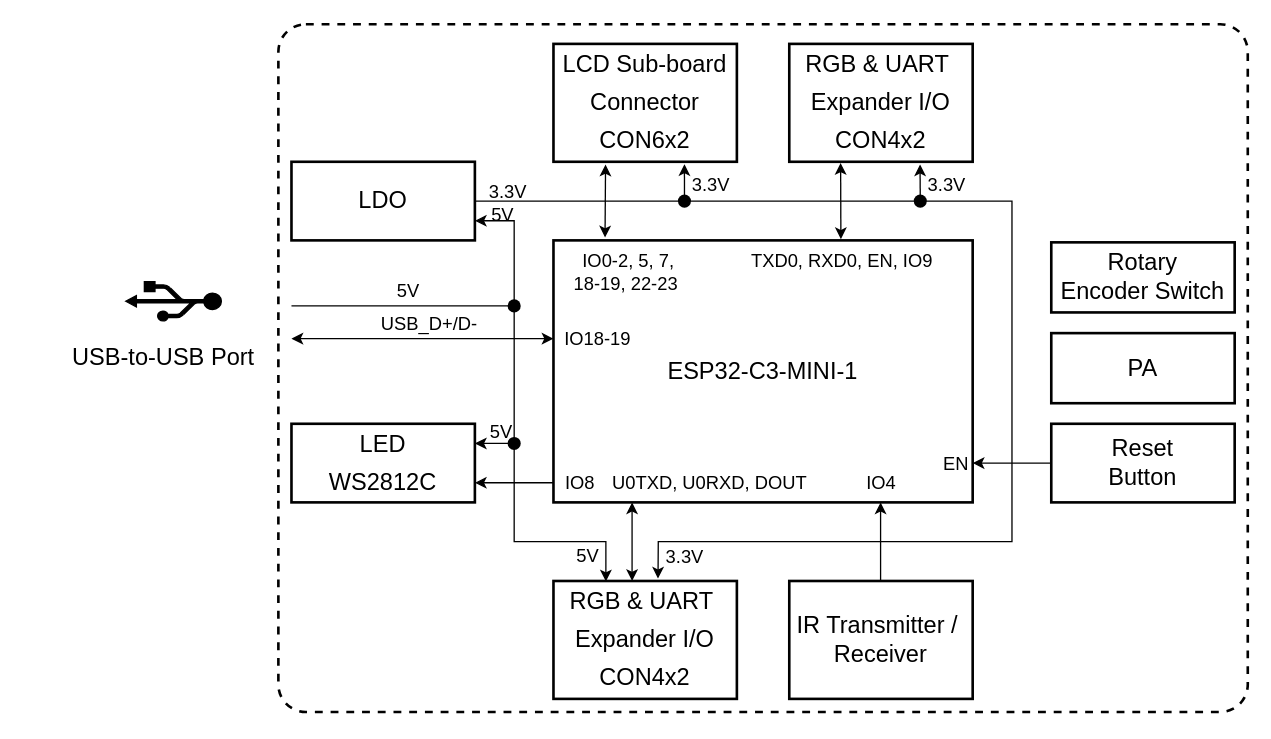
Above: c3/_static/block-diagram.drawio in Lzw655/esp32-s3-lcd-ev-baord-docs (draw.io), before the change. Source tidied: cells renumbered, new cells numbered last; positions are measured from the earlier drawing's top-left corner, leaving out a move shared by most shapes. Both pictures are drawn from the tidied source at 131%, with x=0, y=0 at pixel (22, 24).
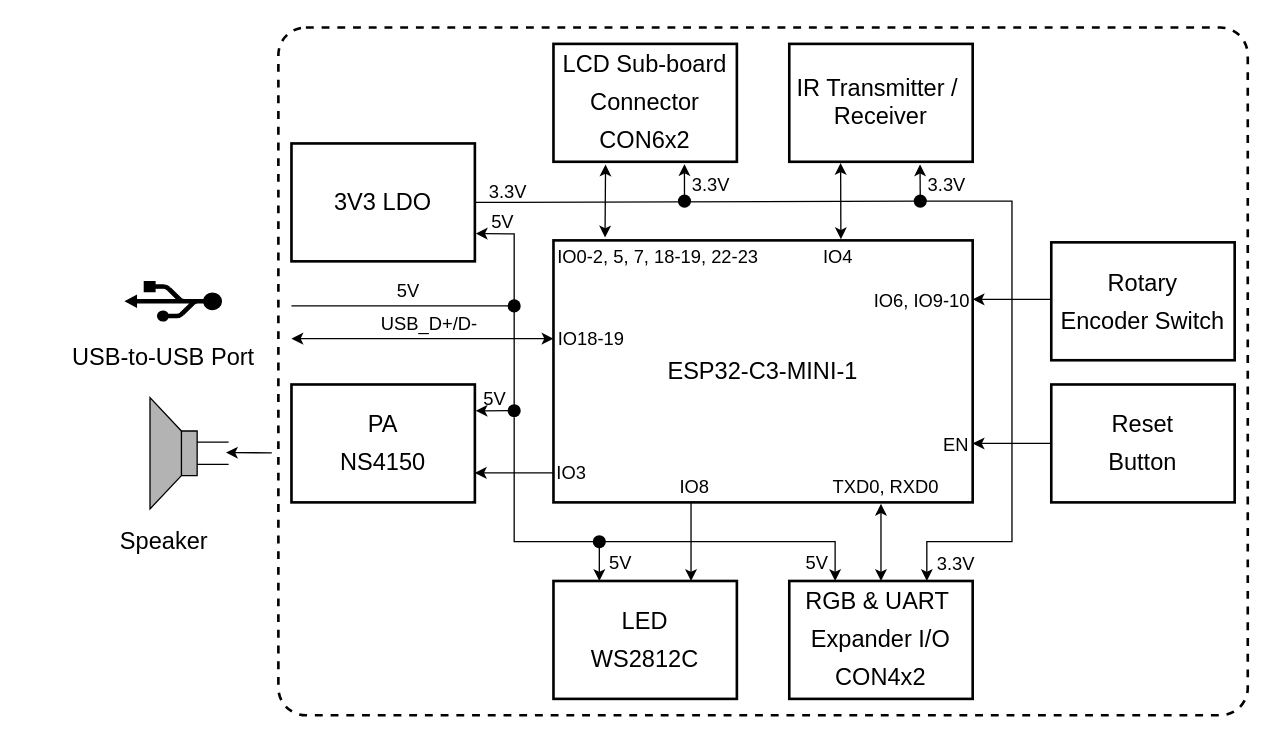
After the change.

The change refers to these unchanged cells:
```xml
<mxCell id="3" value="&lt;font style=&quot;font-size: 18px&quot;&gt;ESP32-C3-MINI-1&lt;/font&gt;" style="rounded=0;whiteSpace=wrap;html=1;fontColor=#000000;fillColor=#FFFFFF;strokeColor=#000000;strokeWidth=2;" parent="1" vertex="1">
  <mxGeometry x="405" y="165" width="320" height="200" as="geometry" />
</mxCell>
<mxCell id="18" style="endArrow=classic;html=1;fontSize=18;fontColor=#000000;strokeColor=#000000;startArrow=classic;startFill=1;entryX=0.284;entryY=1.023;entryDx=0;entryDy=0;entryPerimeter=0;exitX=0.123;exitY=-0.011;exitDx=0;exitDy=0;exitPerimeter=0;" parent="1" edge="1" source="3" target="8">
  <mxGeometry relative="1" as="geometry" />
</mxCell>
<mxCell id="23" style="endArrow=classic;html=1;fontSize=18;fontColor=#000000;strokeColor=#000000;entryX=0;entryY=0.125;entryDx=0;entryDy=0;entryPerimeter=0;startArrow=classic;startFill=1;exitX=0.188;exitY=-0.009;exitDx=0;exitDy=0;exitPerimeter=0;" parent="1" edge="1">
  <mxGeometry relative="1" as="geometry">
    <mxPoint x="624.4" y="164.1" as="sourcePoint" />
    <mxPoint x="624.2" y="105.9" as="targetPoint" />
  </mxGeometry>
</mxCell>
```

What changed in the source:
```diff
@@
     <mxCell id="2" style="rounded=1;whiteSpace=wrap;html=1;shadow=0;labelBackgroundColor=#FFFFFF;labelBorderColor=default;sketch=0;fontSize=23;fontColor=#000000;strokeColor=#000000;strokeWidth=2;fillColor=none;dashed=1;arcSize=4;" parent="1" vertex="1">
-      <mxGeometry x="195" width="740" height="525" as="geometry" />
+      <mxGeometry x="195" y="2.5" width="740" height="525" as="geometry" />
     </mxCell>
@@
-    <mxCell id="6" value="&lt;font style=&quot;font-size: 18px ; line-height: 1.6&quot;&gt;LED&lt;br&gt;WS2812C&lt;br&gt;&lt;/font&gt;" style="rounded=0;whiteSpace=wrap;html=1;fontColor=#000000;fillColor=#FFFFFF;strokeColor=#000000;strokeWidth=2;" parent="1" vertex="1">
-      <mxGeometry x="205" y="305" width="140" height="60" as="geometry" />
-    </mxCell>
-    <mxCell id="7" value="&lt;font style=&quot;font-size: 18px&quot;&gt;Reset&lt;br&gt;Button&lt;br&gt;&lt;/font&gt;" style="rounded=0;whiteSpace=wrap;html=1;fontColor=#000000;fillColor=#FFFFFF;strokeColor=#000000;strokeWidth=2;" parent="1" vertex="1">
-      <mxGeometry x="785" y="305" width="140" height="60" as="geometry" />
-    </mxCell>
@@
-    <mxCell id="9" value="&lt;font style=&quot;font-size: 18px ; line-height: 1.6&quot;&gt;LDO&lt;br&gt;&lt;/font&gt;" style="rounded=0;whiteSpace=wrap;html=1;fontColor=#000000;fillColor=#FFFFFF;strokeColor=#000000;strokeWidth=2;" parent="1" vertex="1">
-      <mxGeometry x="205" y="105" width="140" height="60" as="geometry" />
-    </mxCell>
-    <mxCell id="10" value="&lt;font style=&quot;font-size: 18px ; line-height: 1.6&quot;&gt;RGB &amp;amp; UART&amp;nbsp;&lt;br&gt;Expander I/O&lt;br&gt;CON4x2&lt;br&gt;&lt;/font&gt;" style="rounded=0;whiteSpace=wrap;html=1;fontColor=#000000;fillColor=#FFFFFF;strokeColor=#000000;strokeWidth=2;" parent="1" vertex="1">
-      <mxGeometry x="585" y="15" width="140" height="90" as="geometry" />
-    </mxCell>
@@
-    <mxCell id="15" style="endArrow=none;html=1;strokeColor=#000000;exitX=1;exitY=0.5;exitDx=0;exitDy=0;" parent="1" edge="1" source="9">
+    <mxCell id="15" style="endArrow=none;html=1;strokeColor=#000000;exitX=1;exitY=0.5;exitDx=0;exitDy=0;" parent="1" edge="1" source="61">
       <mxGeometry relative="1" as="geometry">
         <mxPoint x="685" y="135" as="targetPoint" />
       </mxGeometry>
     </mxCell>
-    <mxCell id="16" style="endArrow=classic;html=1;strokeColor=#000000;entryX=0.713;entryY=1.022;entryDx=0;entryDy=0;entryPerimeter=0;" parent="1" edge="1" target="10">
+    <mxCell id="16" style="endArrow=classic;html=1;strokeColor=#000000;entryX=0.713;entryY=1.022;entryDx=0;entryDy=0;entryPerimeter=0;" parent="1" edge="1">
       <mxGeometry relative="1" as="geometry">
         <mxPoint x="685" y="135" as="sourcePoint" />
+        <mxPoint x="684.8" y="107" as="targetPoint" />
       </mxGeometry>
     </mxCell>
@@
-    <mxCell id="19" value="&lt;span style=&quot;color: rgb(0 , 0 , 0) ; font-size: 14px&quot;&gt;IO0-2, 5, 7, &lt;br&gt;18-19, 22-23&amp;nbsp;&lt;br&gt;&lt;/span&gt;" style="edgeLabel;html=1;align=center;verticalAlign=middle;labelBackgroundColor=none;" parent="18" vertex="1">
-      <mxGeometry x="0.09" y="1" relative="1" as="geometry">
-        <mxPoint x="18" y="56" as="offset" />
-      </mxGeometry>
-    </mxCell>
-    <mxCell id="20" style="endArrow=classic;html=1;strokeColor=#000000;entryX=1;entryY=0.75;entryDx=0;entryDy=0;rounded=0;" parent="1" edge="1" target="9">
+    <mxCell id="20" style="endArrow=classic;html=1;strokeColor=#000000;entryX=1.005;entryY=0.764;entryDx=0;entryDy=0;rounded=0;entryPerimeter=0;" parent="1" edge="1" target="61">
       <mxGeometry relative="1" as="geometry">
         <mxPoint x="375" y="215" as="sourcePoint" />
         <Array as="points">
-          <mxPoint x="375" y="150" />
+          <mxPoint x="375" y="160" />
         </Array>
       </mxGeometry>
     </mxCell>
-    <mxCell id="21" style="endArrow=classic;html=1;rounded=0;strokeColor=#000000;entryX=1;entryY=0.25;entryDx=0;entryDy=0;" parent="1" edge="1" target="6">
+    <mxCell id="21" style="endArrow=classic;html=1;rounded=0;strokeColor=#000000;entryX=1.004;entryY=0.223;entryDx=0;entryDy=0;entryPerimeter=0;" parent="1" edge="1">
       <mxGeometry relative="1" as="geometry">
-        <mxPoint x="375" y="215" as="sourcePoint" />
+        <mxPoint x="375" y="218" as="sourcePoint" />
+        <mxPoint x="345.6" y="295.1" as="targetPoint" />
         <Array as="points">
-          <mxPoint x="375" y="320" />
+          <mxPoint x="375" y="295" />
         </Array>
       </mxGeometry>
     </mxCell>
-    <mxCell id="22" style="endArrow=none;startArrow=classic;html=1;rounded=0;strokeColor=#000000;exitX=1;exitY=0.75;exitDx=0;exitDy=0;entryX=0;entryY=0.925;entryDx=0;entryDy=0;entryPerimeter=0;endFill=0;" parent="1" edge="1" source="6" target="3">
-      <mxGeometry relative="1" as="geometry" />
+    <mxCell id="22" style="endArrow=none;startArrow=classic;html=1;rounded=0;strokeColor=#000000;exitX=1;exitY=0.75;exitDx=0;exitDy=0;endFill=0;entryX=0;entryY=0.5;entryDx=0;entryDy=0;" parent="1" edge="1" target="45">
+      <mxGeometry relative="1" as="geometry">
+        <mxPoint x="345" y="342.5" as="sourcePoint" />
+      </mxGeometry>
     </mxCell>
@@
-    <mxCell id="24" value="&lt;span style=&quot;color: rgb(0 , 0 , 0) ; font-size: 14px&quot;&gt;TXD0, RXD0, EN, IO9&lt;br&gt;&lt;/span&gt;" style="edgeLabel;html=1;align=center;verticalAlign=middle;labelBackgroundColor=none;" parent="23" vertex="1">
-      <mxGeometry x="0.09" y="1" relative="1" as="geometry">
-        <mxPoint x="1" y="48" as="offset" />
-      </mxGeometry>
-    </mxCell>
-    <mxCell id="25" style="endArrow=classic;html=1;rounded=0;fontSize=14;fontColor=#000000;strokeColor=#000000;exitX=0;exitY=0.5;exitDx=0;exitDy=0;entryX=1.003;entryY=0.151;entryDx=0;entryDy=0;entryPerimeter=0;" parent="1" edge="1" source="7">
+    <mxCell id="25" style="endArrow=classic;html=1;rounded=0;fontSize=14;fontColor=#000000;strokeColor=#000000;exitX=0;exitY=0.5;exitDx=0;exitDy=0;entryX=1.003;entryY=0.151;entryDx=0;entryDy=0;entryPerimeter=0;" parent="1" edge="1">
       <mxGeometry relative="1" as="geometry">
-        <mxPoint x="725" y="335" as="targetPoint" />
+        <mxPoint x="785" y="320" as="sourcePoint" />
+        <mxPoint x="725" y="320" as="targetPoint" />
       </mxGeometry>
     </mxCell>
@@
-    <mxCell id="27" style="endArrow=classic;html=1;rounded=0;fontSize=14;fontColor=#000000;strokeColor=#000000;entryX=0.286;entryY=0.005;entryDx=0;entryDy=0;entryPerimeter=0;" parent="1" edge="1">
+    <mxCell id="27" style="endArrow=classic;html=1;rounded=0;fontSize=14;fontColor=#000000;strokeColor=#000000;entryX=0.25;entryY=0;entryDx=0;entryDy=0;exitX=0.5;exitY=1;exitDx=0;exitDy=0;" parent="1" edge="1" source="38">
       <mxGeometry relative="1" as="geometry">
-        <mxPoint x="375" y="320" as="sourcePoint" />
-        <mxPoint x="445" y="425.4" as="targetPoint" />
+        <mxPoint x="440" y="425" as="targetPoint" />
         <Array as="points">
           <mxPoint x="375" y="395" />
-          <mxPoint x="445" y="395" />
+          <mxPoint x="440" y="395" />
         </Array>
       </mxGeometry>
     </mxCell>
-    <mxCell id="28" style="endArrow=classic;startArrow=classic;html=1;rounded=0;fontSize=14;fontColor=#000000;strokeColor=#000000;" parent="1" edge="1">
-      <mxGeometry relative="1" as="geometry">
-        <mxPoint x="465" y="425" as="sourcePoint" />
-        <mxPoint x="465" y="365" as="targetPoint" />
-      </mxGeometry>
-    </mxCell>
-    <mxCell id="29" style="endArrow=classic;html=1;rounded=0;fontSize=14;fontColor=#000000;strokeColor=#000000;entryX=0.57;entryY=-0.02;entryDx=0;entryDy=0;entryPerimeter=0;" parent="1" edge="1">
+    <mxCell id="29" style="endArrow=classic;html=1;rounded=0;fontSize=14;fontColor=#000000;strokeColor=#000000;entryX=0.75;entryY=0;entryDx=0;entryDy=0;" parent="1" edge="1" target="42">
       <mxGeometry relative="1" as="geometry">
         <mxPoint x="685" y="135" as="sourcePoint" />
-        <mxPoint x="484.8" y="423.2" as="targetPoint" />
         <Array as="points">
           <mxPoint x="755" y="135" />
           <mxPoint x="755" y="395" />
-          <mxPoint x="485" y="395" />
+          <mxPoint x="690" y="395" />
         </Array>
       </mxGeometry>
     </mxCell>
-    <mxCell id="30" style="endArrow=classic;startArrow=none;html=1;rounded=0;fontSize=14;fontColor=#000000;strokeColor=#000000;startFill=0;" parent="1" edge="1">
+    <mxCell id="30" style="endArrow=classic;startArrow=classic;html=1;rounded=0;fontSize=14;fontColor=#000000;strokeColor=#000000;startFill=1;endFill=1;exitX=0.5;exitY=0;exitDx=0;exitDy=0;entryX=0.846;entryY=1.045;entryDx=0;entryDy=0;entryPerimeter=0;" parent="1" edge="1" source="42">
       <mxGeometry relative="1" as="geometry">
-        <mxPoint x="654.7" y="425" as="sourcePoint" />
-        <mxPoint x="654.7" y="365" as="targetPoint" />
+        <mxPoint x="655" y="366.1" as="targetPoint" />
       </mxGeometry>
     </mxCell>
     <mxCell id="31" value="&lt;span style=&quot;color: rgb(0 , 0 , 0) ; font-size: 14px&quot;&gt;5V&lt;/span&gt;" style="edgeLabel;html=1;align=center;verticalAlign=middle;labelBackgroundColor=none;" parent="1" vertex="1">
-      <mxGeometry x="430" y="400" as="geometry">
+      <mxGeometry x="455" y="405" as="geometry">
         <mxPoint y="5" as="offset" />
       </mxGeometry>
     </mxCell>
@@
     <mxCell id="34" value="&lt;span style=&quot;color: rgb(0 , 0 , 0) ; font-size: 14px&quot;&gt;3.3V&lt;/span&gt;" style="edgeLabel;html=1;align=center;verticalAlign=middle;labelBackgroundColor=none;" parent="1" vertex="1">
-      <mxGeometry x="515" y="410" as="geometry">
-        <mxPoint x="-11" y="-4" as="offset" />
+      <mxGeometry x="720" y="415" as="geometry">
+        <mxPoint x="-9" y="-4" as="offset" />
       </mxGeometry>
     </mxCell>
@@
     <mxCell id="38" style="shape=ellipse;fillColor=#000000;strokeColor=none;html=1;sketch=0;shadow=0;labelBackgroundColor=#FFFFFF;labelBorderColor=default;fontSize=20;fontColor=#000000;" parent="1" vertex="1">
-      <mxGeometry x="370" y="315" width="10" height="10" as="geometry" />
+      <mxGeometry x="370" y="290" width="10" height="10" as="geometry" />
     </mxCell>
     <mxCell id="39" value="&lt;span style=&quot;color: rgb(0 , 0 , 0) ; font-size: 14px&quot;&gt;5V&lt;/span&gt;" style="edgeLabel;html=1;align=center;verticalAlign=middle;labelBackgroundColor=none;" parent="1" vertex="1">
-      <mxGeometry x="365" y="310" as="geometry">
+      <mxGeometry x="360" y="285" as="geometry">
         <mxPoint x="-1" as="offset" />
       </mxGeometry>
     </mxCell>
     <mxCell id="40" value="&lt;span style=&quot;color: rgb(0 , 0 , 0) ; font-size: 14px&quot;&gt;5V&lt;/span&gt;" style="edgeLabel;html=1;align=center;verticalAlign=middle;labelBackgroundColor=none;" parent="1" vertex="1">
-      <mxGeometry x="365" y="140" as="geometry">
+      <mxGeometry x="365" y="145" as="geometry">
         <mxPoint y="5" as="offset" />
       </mxGeometry>
     </mxCell>
@@
     <mxCell id="42" value="&lt;font style=&quot;font-size: 18px ; line-height: 1.6&quot;&gt;RGB &amp;amp; UART&amp;nbsp;&lt;br&gt;Expander I/O&lt;br&gt;CON4x2&lt;br&gt;&lt;/font&gt;" style="rounded=0;whiteSpace=wrap;html=1;fontColor=#000000;fillColor=#FFFFFF;strokeColor=#000000;strokeWidth=2;" parent="1" vertex="1">
-      <mxGeometry x="405" y="425" width="140" height="90" as="geometry" />
+      <mxGeometry x="585" y="425" width="140" height="90" as="geometry" />
     </mxCell>
@@
-    <mxCell id="44" value="&lt;span style=&quot;color: rgb(0, 0, 0); font-size: 14px;&quot;&gt;U0TXD, U0RXD, DOUT&lt;/span&gt;" style="text;html=1;strokeColor=none;fillColor=none;align=center;verticalAlign=middle;whiteSpace=wrap;rounded=0;" parent="1" vertex="1">
-      <mxGeometry x="449" y="340" width="151" height="20" as="geometry" />
+    <mxCell id="44" value="&lt;span style=&quot;color: rgb(0, 0, 0); font-size: 14px;&quot;&gt;TXD0, RXD0&lt;/span&gt;" style="text;html=1;strokeColor=none;fillColor=none;align=center;verticalAlign=middle;whiteSpace=wrap;rounded=0;" parent="1" vertex="1">
+      <mxGeometry x="605" y="340" width="107.5" height="25" as="geometry" />
     </mxCell>
-    <mxCell id="45" value="&lt;span style=&quot;color: rgb(0, 0, 0); font-size: 14px;&quot;&gt;IO8&lt;/span&gt;" style="text;html=1;strokeColor=none;fillColor=none;align=center;verticalAlign=middle;whiteSpace=wrap;rounded=0;" parent="1" vertex="1">
-      <mxGeometry x="408" y="340" width="35" height="20" as="geometry" />
+    <mxCell id="45" value="&lt;span style=&quot;color: rgb(0, 0, 0); font-size: 14px;&quot;&gt;IO3&lt;/span&gt;" style="text;html=1;strokeColor=none;fillColor=none;align=center;verticalAlign=middle;whiteSpace=wrap;rounded=0;" parent="1" vertex="1">
+      <mxGeometry x="405" y="330" width="28" height="25" as="geometry" />
     </mxCell>
     <mxCell id="46" value="&lt;span style=&quot;color: rgb(0, 0, 0); font-size: 14px;&quot;&gt;IO18-19&lt;/span&gt;" style="text;html=1;strokeColor=none;fillColor=none;align=center;verticalAlign=middle;whiteSpace=wrap;rounded=0;" parent="1" vertex="1">
-      <mxGeometry x="410" y="230" width="57.5" height="20" as="geometry" />
+      <mxGeometry x="405" y="230" width="57.5" height="20" as="geometry" />
     </mxCell>
+    <mxCell id="49" value="&lt;div style=&quot;&quot;&gt;&lt;span style=&quot;font-size: 18px; background-color: initial;&quot;&gt;IR Transmitter /&amp;nbsp;&lt;/span&gt;&lt;/div&gt;&lt;div style=&quot;&quot;&gt;&lt;span style=&quot;font-size: 18px;&quot;&gt;Receiver&lt;/span&gt;&lt;/div&gt;" style="rounded=0;whiteSpace=wrap;html=1;fontColor=#000000;fillColor=#FFFFFF;strokeColor=#000000;strokeWidth=2;align=center;" parent="1" vertex="1">
+      <mxGeometry x="585" y="15" width="140" height="90" as="geometry" />
+    </mxCell>
+    <mxCell id="51" style="verticalLabelPosition=bottom;shadow=0;dashed=0;align=center;html=1;verticalAlign=top;shape=mxgraph.electrical.electro-mechanical.loudspeaker;fontSize=18;fontColor=#000000;fillColor=#B3B3B3;strokeColor=#000000;rotation=-180;" parent="1" vertex="1">
+      <mxGeometry x="97" y="285" width="60" height="85" as="geometry" />
+    </mxCell>
+    <mxCell id="52" value="&lt;font style=&quot;font-size: 18px&quot;&gt;Speaker&lt;/font&gt;" style="text;html=1;strokeColor=none;fillColor=none;align=center;verticalAlign=middle;whiteSpace=wrap;rounded=0;shadow=0;dashed=1;labelBackgroundColor=none;labelBorderColor=none;sketch=0;fontSize=14;fontColor=#000000;" parent="1" vertex="1">
+      <mxGeometry x="77.5" y="380" width="60" height="30" as="geometry" />
+    </mxCell>
+    <mxCell id="19" value="&lt;span style=&quot;color: rgb(0, 0, 0); font-size: 14px;&quot;&gt;IO0-2, 5, 7,&amp;nbsp;&lt;/span&gt;&lt;span style=&quot;color: rgb(0, 0, 0); font-size: 14px;&quot;&gt;18-19, 22-23&lt;/span&gt;" style="text;html=1;strokeColor=none;fillColor=none;align=center;verticalAlign=middle;whiteSpace=wrap;rounded=0;" parent="1" vertex="1">
+      <mxGeometry x="405" y="165" width="160" height="25" as="geometry" />
+    </mxCell>
+    <mxCell id="50" value="&lt;span style=&quot;color: rgb(0, 0, 0); font-size: 14px;&quot;&gt;IO4&lt;/span&gt;" style="text;html=1;strokeColor=none;fillColor=none;align=center;verticalAlign=middle;whiteSpace=wrap;rounded=0;" parent="1" vertex="1">
+      <mxGeometry x="610" y="165" width="25" height="25" as="geometry" />
+    </mxCell>
+    <mxCell id="53" style="endArrow=none;startArrow=classic;html=1;rounded=0;fontSize=14;fontColor=#000000;strokeColor=#000000;exitX=0.75;exitY=0;exitDx=0;exitDy=0;endFill=0;" parent="1" edge="1">
+      <mxGeometry relative="1" as="geometry">
+        <mxPoint x="510" y="425" as="sourcePoint" />
+        <mxPoint x="510" y="365" as="targetPoint" />
+      </mxGeometry>
+    </mxCell>
+    <mxCell id="54" style="endArrow=classic;html=1;rounded=0;fontSize=14;fontColor=#000000;strokeColor=#000000;exitX=0;exitY=0.5;exitDx=0;exitDy=0;entryX=1.003;entryY=0.151;entryDx=0;entryDy=0;entryPerimeter=0;" parent="1" edge="1">
+      <mxGeometry relative="1" as="geometry">
+        <mxPoint x="785" y="210" as="sourcePoint" />
+        <mxPoint x="725" y="210" as="targetPoint" />
+      </mxGeometry>
+    </mxCell>
+    <mxCell id="55" value="IO6, IO9-10" style="edgeLabel;html=1;align=center;verticalAlign=middle;fontSize=14;fontColor=#000000;labelBackgroundColor=none;" parent="54" vertex="1">
+      <mxGeometry x="0.44" y="-2" relative="1" as="geometry">
+        <mxPoint x="-57" y="2" as="offset" />
+      </mxGeometry>
+    </mxCell>
+    <mxCell id="56" style="endArrow=classic;html=1;entryX=0.25;entryY=0;entryDx=0;entryDy=0;strokeColor=#000000;rounded=0;" parent="1" edge="1" target="42">
+      <mxGeometry relative="1" as="geometry">
+        <mxPoint x="440" y="395" as="sourcePoint" />
+        <Array as="points">
+          <mxPoint x="620" y="395" />
+        </Array>
+      </mxGeometry>
+    </mxCell>
+    <mxCell id="57" value="&lt;span style=&quot;color: rgb(0 , 0 , 0) ; font-size: 14px&quot;&gt;5V&lt;/span&gt;" style="edgeLabel;html=1;align=center;verticalAlign=middle;labelBackgroundColor=none;" parent="1" vertex="1">
+      <mxGeometry x="605" y="405" as="geometry">
+        <mxPoint y="5" as="offset" />
+      </mxGeometry>
+    </mxCell>
+    <mxCell id="58" style="shape=ellipse;fillColor=#000000;strokeColor=none;html=1;sketch=0;shadow=0;labelBackgroundColor=#FFFFFF;labelBorderColor=default;fontSize=20;fontColor=#000000;" parent="1" vertex="1">
+      <mxGeometry x="435" y="390" width="10" height="10" as="geometry" />
+    </mxCell>
+    <mxCell id="59" style="endArrow=classic;html=1;rounded=0;fontSize=14;fontColor=#000000;strokeColor=#000000;exitX=0;exitY=0.5;exitDx=0;exitDy=0;" parent="1" edge="1">
+      <mxGeometry relative="1" as="geometry">
+        <mxPoint x="190" y="327.2" as="sourcePoint" />
+        <mxPoint x="155" y="327" as="targetPoint" />
+      </mxGeometry>
+    </mxCell>
+    <mxCell id="60" value="&lt;font color=&quot;#000000&quot;&gt;&lt;span style=&quot;font-size: 14px;&quot;&gt;IO8&lt;/span&gt;&lt;/font&gt;" style="text;html=1;strokeColor=none;fillColor=none;align=center;verticalAlign=middle;whiteSpace=wrap;rounded=0;" parent="1" vertex="1">
+      <mxGeometry x="494.5" y="340" width="35.5" height="25" as="geometry" />
+    </mxCell>
+    <mxCell id="7" value="&lt;font style=&quot;font-size: 18px ; line-height: 1.6&quot;&gt;Reset&lt;br&gt;Button&lt;br&gt;&lt;/font&gt;" style="rounded=0;whiteSpace=wrap;html=1;fontColor=#000000;fillColor=#FFFFFF;strokeColor=#000000;strokeWidth=2;" parent="1" vertex="1">
+      <mxGeometry x="785" y="275" width="140" height="90" as="geometry" />
+    </mxCell>
-    <mxCell id="47" value="&lt;font&gt;&lt;span style=&quot;font-size: 18px&quot;&gt;Rotary &lt;br&gt;Encoder Switch&lt;/span&gt;&lt;br&gt;&lt;/font&gt;" style="rounded=0;whiteSpace=wrap;html=1;fillColor=#FFFFFF;strokeColor=#000000;fontColor=#000000;strokeWidth=2;" parent="1" vertex="1">
-      <mxGeometry x="785" y="166.5" width="140" height="53.5" as="geometry" />
+    <mxCell id="47" value="&lt;font style=&quot;font-size: 18px ; line-height: 1.6&quot;&gt;Rotary&lt;br&gt;Encoder Switch&lt;br&gt;&lt;/font&gt;" style="rounded=0;whiteSpace=wrap;html=1;fontColor=#000000;fillColor=#FFFFFF;strokeColor=#000000;strokeWidth=2;" parent="1" vertex="1">
+      <mxGeometry x="785" y="166.5" width="140" height="90" as="geometry" />
     </mxCell>
-    <mxCell id="48" value="&lt;font&gt;&lt;span style=&quot;font-size: 18px;&quot;&gt;PA&lt;/span&gt;&lt;br&gt;&lt;/font&gt;" style="rounded=0;whiteSpace=wrap;html=1;fillColor=#FFFFFF;strokeColor=#000000;fontColor=#000000;strokeWidth=2;" parent="1" vertex="1">
-      <mxGeometry x="785" y="235.8" width="140" height="53.5" as="geometry" />
-    </mxCell>
-    <mxCell id="49" value="&lt;div style=&quot;&quot;&gt;&lt;span style=&quot;font-size: 18px; background-color: initial;&quot;&gt;IR Transmitter /&amp;nbsp;&lt;/span&gt;&lt;/div&gt;&lt;div style=&quot;&quot;&gt;&lt;span style=&quot;font-size: 18px;&quot;&gt;Receiver&lt;/span&gt;&lt;/div&gt;" style="rounded=0;whiteSpace=wrap;html=1;fontColor=#000000;fillColor=#FFFFFF;strokeColor=#000000;strokeWidth=2;align=center;" parent="1" vertex="1">
-      <mxGeometry x="585" y="425" width="140" height="90" as="geometry" />
-    </mxCell>
-    <mxCell id="50" value="&lt;font color=&quot;#000000&quot;&gt;&lt;span style=&quot;font-size: 14px;&quot;&gt;IO4&lt;/span&gt;&lt;/font&gt;" style="text;html=1;strokeColor=none;fillColor=none;align=center;verticalAlign=middle;whiteSpace=wrap;rounded=0;" parent="1" vertex="1">
-      <mxGeometry x="624.8" y="340" width="60.5" height="20" as="geometry" />
-    </mxCell>
+    <mxCell id="61" value="&lt;font style=&quot;font-size: 18px ; line-height: 1.6&quot;&gt;3V3 LDO&lt;br&gt;&lt;/font&gt;" style="rounded=0;whiteSpace=wrap;html=1;fontColor=#000000;fillColor=#FFFFFF;strokeColor=#000000;strokeWidth=2;" parent="1" vertex="1">
+      <mxGeometry x="205" y="91" width="140" height="90" as="geometry" />
+    </mxCell>
+    <mxCell id="6" value="&lt;font style=&quot;font-size: 18px ; line-height: 1.6&quot;&gt;LED&lt;br&gt;WS2812C&lt;br&gt;&lt;/font&gt;" style="rounded=0;whiteSpace=wrap;html=1;fontColor=#000000;fillColor=#FFFFFF;strokeColor=#000000;strokeWidth=2;" parent="1" vertex="1">
+      <mxGeometry x="405" y="425" width="140" height="90" as="geometry" />
+    </mxCell>
+    <mxCell id="62" value="&lt;font style=&quot;font-size: 18px ; line-height: 1.6&quot;&gt;PA&lt;br&gt;NS4150&lt;br&gt;&lt;/font&gt;" style="rounded=0;whiteSpace=wrap;html=1;fontColor=#000000;fillColor=#FFFFFF;strokeColor=#000000;strokeWidth=2;" parent="1" vertex="1">
+      <mxGeometry x="205" y="275" width="140" height="90" as="geometry" />
+    </mxCell>
```
